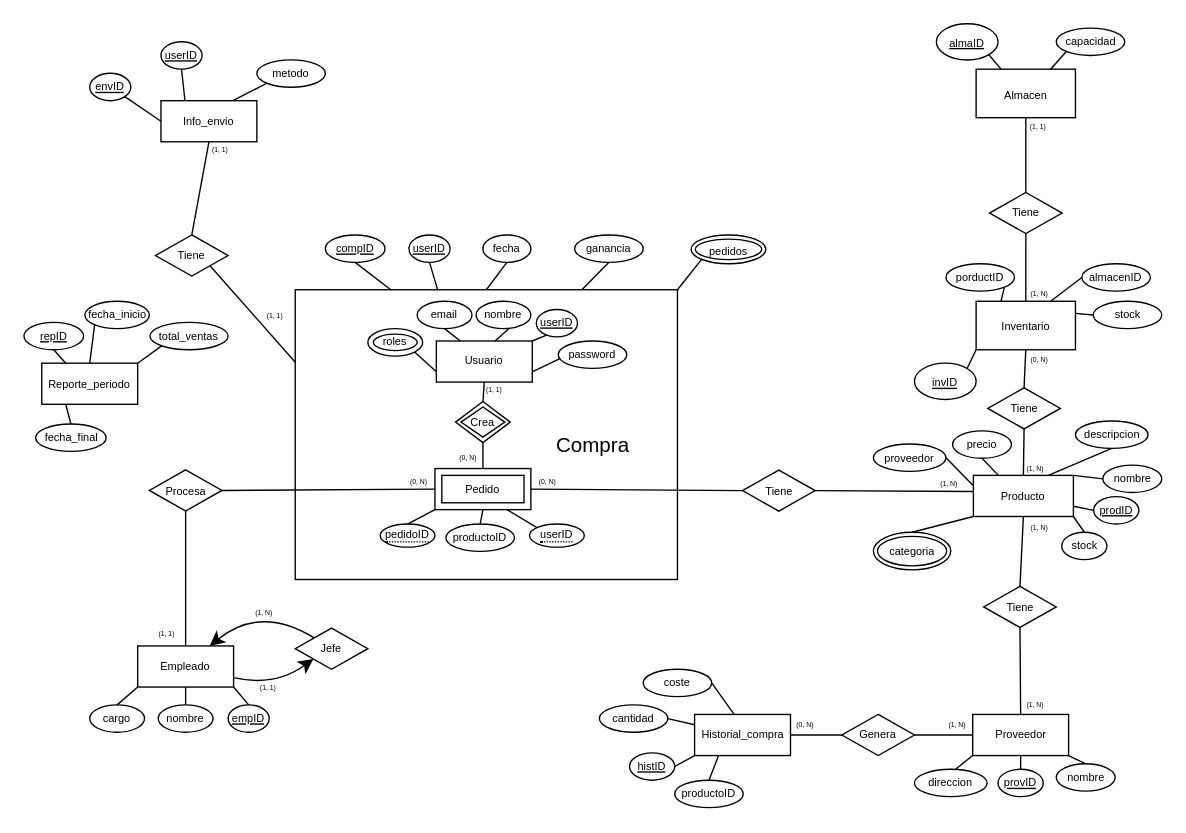
Before: Diagrama sin título.drawio in SergioMir018/Inventario-FE, a draw.io diagram. Source tidied: cells renumbered, new cells numbered last; positions are measured from the earlier drawing's top-left corner, leaving out a move shared by most shapes. Both pictures are drawn from the tidied source at 137%, with x=0, y=0 at pixel (23, 23).
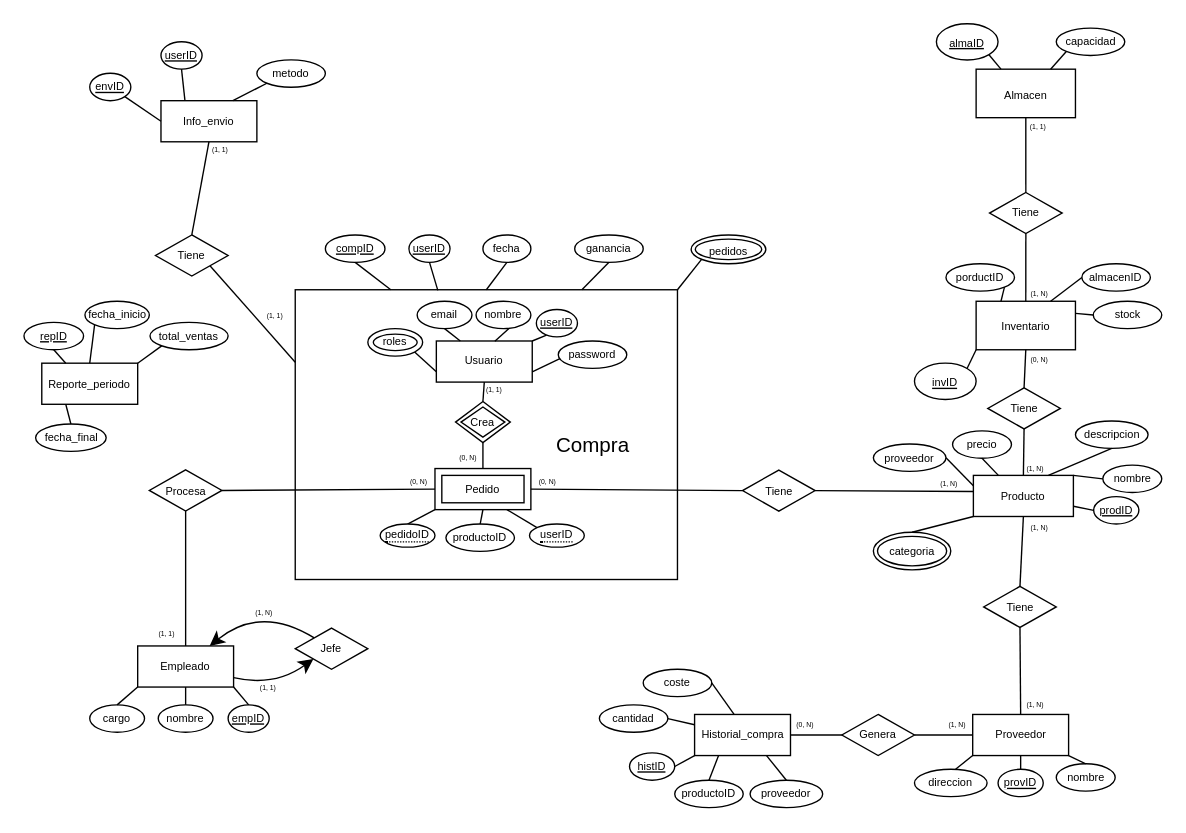
After the change.

Unchanged cells that the change refers to:
```xml
<mxCell id="13" value="Producto" style="rounded=0;whiteSpace=wrap;html=1;fontSize=8;labelBackgroundColor=none;shadow=0;" parent="1" vertex="1">
  <mxGeometry x="693" y="329.5" width="73" height="30" as="geometry" />
</mxCell>
<mxCell id="111" value="Historial_compra" style="whiteSpace=wrap;html=1;align=center;fontSize=8;shadow=0;" parent="1" vertex="1">
  <mxGeometry x="489.5" y="504" width="70" height="30" as="geometry" />
</mxCell>
```

The edit, as a diff of the source:
```diff
@@
-    <mxCell id="20" value="&lt;font style=&quot;font-size: 8px;&quot;&gt;stock&lt;/font&gt;" style="ellipse;whiteSpace=wrap;html=1;rounded=0;labelBackgroundColor=none;fontSize=8;shadow=0;" parent="1" vertex="1">
-      <mxGeometry x="757.5" y="371" width="33" height="20" as="geometry" />
-    </mxCell>
-    <mxCell id="21" style="endArrow=none;html=1;rounded=0;entryX=0.5;entryY=0;entryDx=0;entryDy=0;exitX=1;exitY=1;exitDx=0;exitDy=0;labelBackgroundColor=none;fontColor=default;shadow=0;" parent="1" edge="1" source="13" target="20">
-      <mxGeometry relative="1" as="geometry" />
-    </mxCell>
@@
+    <mxCell id="146" value="proveedor" style="ellipse;whiteSpace=wrap;html=1;rounded=0;labelBackgroundColor=none;fontSize=8;shadow=0;" parent="1" vertex="1">
+      <mxGeometry x="530" y="552" width="53" height="20" as="geometry" />
+    </mxCell>
+    <mxCell id="147" style="endArrow=none;html=1;rounded=0;fontSize=12;startSize=8;endSize=8;curved=1;exitX=0.5;exitY=0;exitDx=0;exitDy=0;labelBackgroundColor=none;fontColor=default;shadow=0;entryX=0.75;entryY=1;entryDx=0;entryDy=0;" parent="1" edge="1" source="146" target="111">
+      <mxGeometry relative="1" as="geometry" />
+    </mxCell>
```
